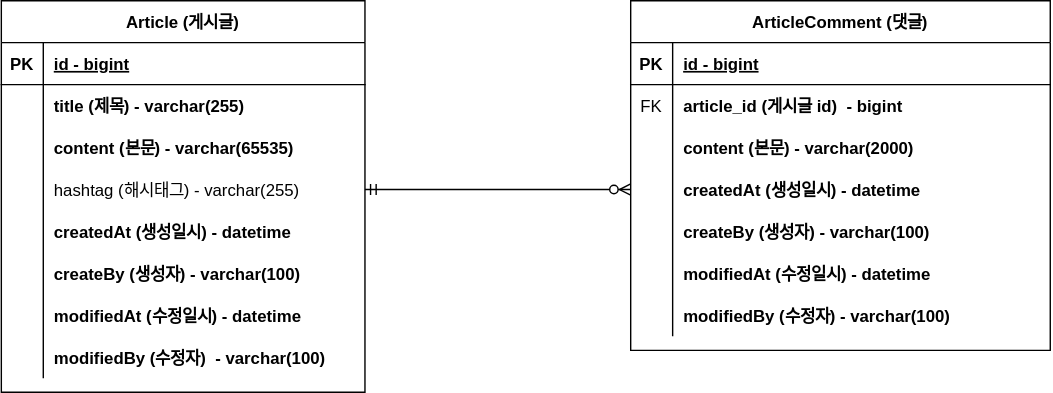
Before: document/project-board-erd.svg, a diagram exported from draw.io (IamAnjaehyun/fastcampus-project-board). Source tidied: cells renumbered, new cells last; positions are measured from the earlier drawing's top-left corner, leaving out a move shared by most shapes.
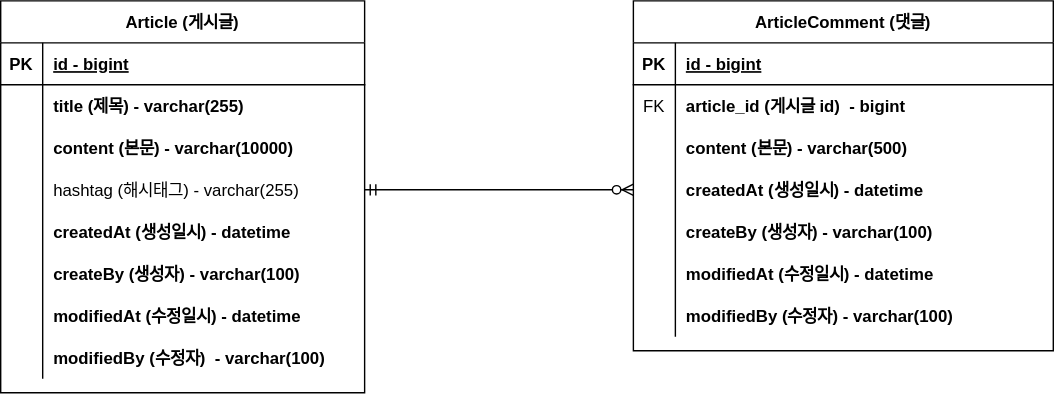
Above is the later version.

Commit message:
#11 erd 업데이트: content 사이즈 변경

The edit, as a diff of the source:
```diff
@@ -29,7 +29,7 @@
     <mxCell id="10" style="shape=partialRectangle;fillColor=none;top=0;left=0;bottom=0;right=0;overflow=hidden;" parent="9" vertex="1">
       <mxGeometry width="30" height="30" as="geometry" />
     </mxCell>
-    <mxCell id="11" value="content (본문) - varchar(65535)" style="shape=partialRectangle;fillColor=none;top=0;left=0;bottom=0;right=0;align=left;spacingLeft=6;overflow=hidden;fontStyle=1;" parent="9" vertex="1">
+    <mxCell id="11" value="content (본문) - varchar(10000)" style="shape=partialRectangle;fillColor=none;top=0;left=0;bottom=0;right=0;align=left;spacingLeft=6;overflow=hidden;fontStyle=1;" parent="9" vertex="1">
       <mxGeometry x="30" width="230" height="30" as="geometry" />
     </mxCell>
     <mxCell id="12" style="shape=tableRow;horizontal=0;startSize=0;swimlaneHead=0;swimlaneBody=0;fillColor=none;points=[[0,0.5],[1,0.5]];portConstraint=eastwest;top=0;left=0;right=0;bottom=0;" parent="2" vertex="1">
@@ -78,7 +78,7 @@
       <mxGeometry x="30" width="230" height="30" as="geometry" />
     </mxCell>
     <mxCell id="27" value="ArticleComment (댓글)" style="shape=table;startSize=30;rowLines=0;fontStyle=1;align=center;" parent="1" vertex="1">
-      <mxGeometry x="450" width="300" height="250" as="geometry" />
+      <mxGeometry x="452" width="300" height="250" as="geometry" />
     </mxCell>
     <mxCell id="28" style="shape=tableRow;horizontal=0;startSize=0;swimlaneHead=0;swimlaneBody=0;fillColor=none;top=0;left=0;right=0;bottom=1;" parent="27" vertex="1">
       <mxGeometry y="30" width="300" height="30" as="geometry" />
@@ -104,7 +104,7 @@
     <mxCell id="35" style="shape=partialRectangle;fillColor=none;top=0;left=0;bottom=0;right=0;overflow=hidden;" parent="34" vertex="1">
       <mxGeometry width="30" height="30" as="geometry" />
     </mxCell>
-    <mxCell id="36" value="content (본문) - varchar(2000)" style="shape=partialRectangle;fillColor=none;top=0;left=0;bottom=0;right=0;align=left;spacingLeft=6;overflow=hidden;fontStyle=1;" parent="34" vertex="1">
+    <mxCell id="36" value="content (본문) - varchar(500)" style="shape=partialRectangle;fillColor=none;top=0;left=0;bottom=0;right=0;align=left;spacingLeft=6;overflow=hidden;fontStyle=1;" parent="34" vertex="1">
       <mxGeometry x="30" width="270" height="30" as="geometry" />
     </mxCell>
     <mxCell id="37" style="shape=tableRow;horizontal=0;startSize=0;swimlaneHead=0;swimlaneBody=0;fillColor=none;points=[[0,0.5],[1,0.5]];portConstraint=eastwest;top=0;left=0;right=0;bottom=0;" parent="27" vertex="1">
```
